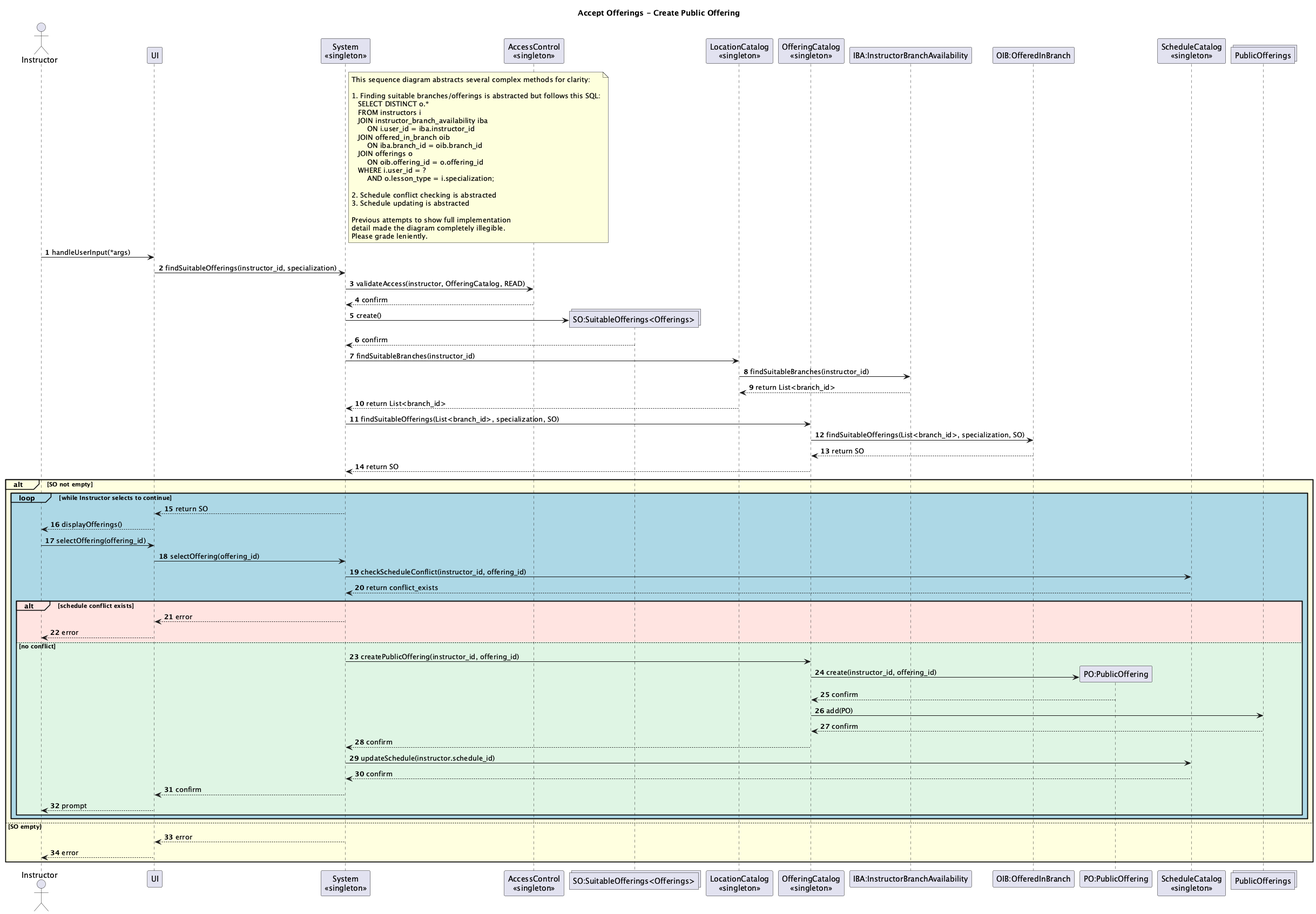
Earlier version of the PlantUML export System-Diagrams/UML Interaction/Instructor/Instructor-Interactions_003.png (vibqetowi/soen-342-project).
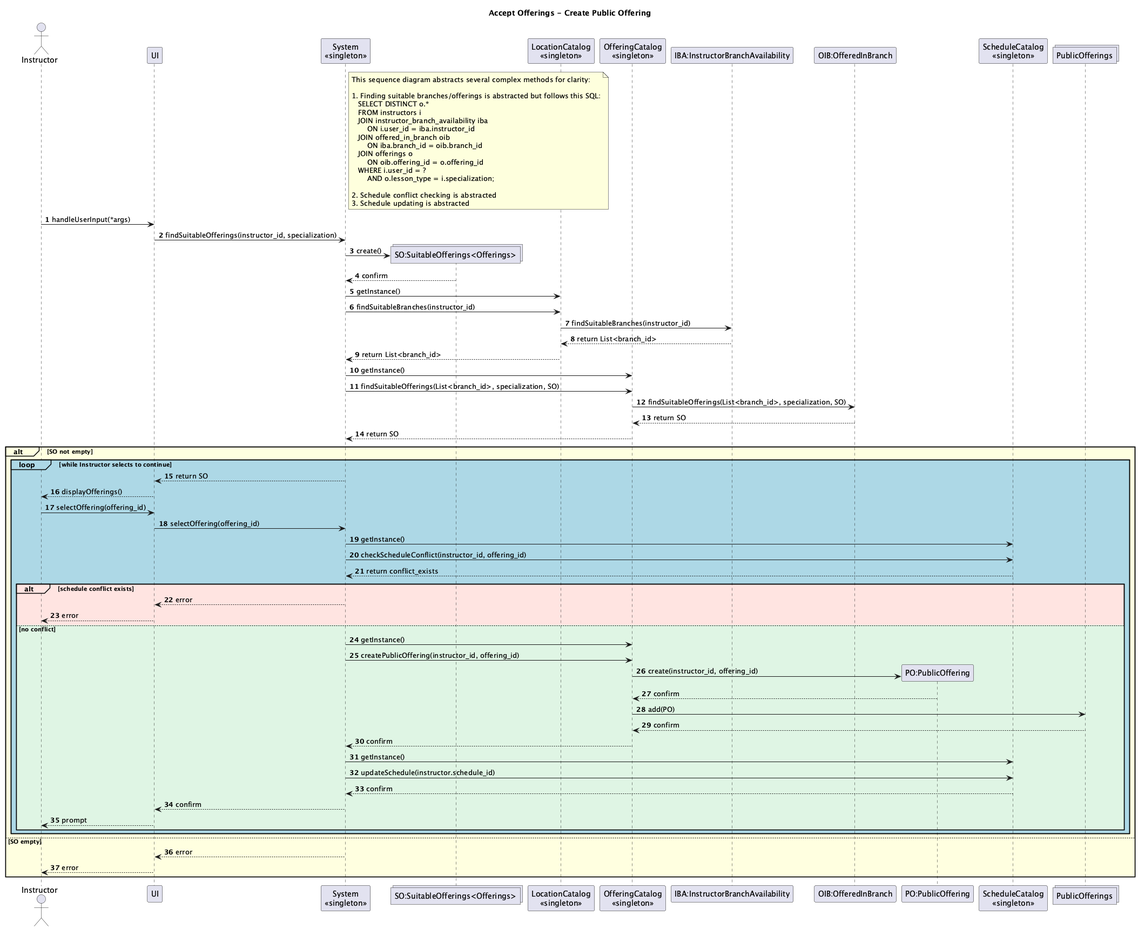
The same diagram one commit later.

Diff of the diagram source:
```diff
@@ -4,7 +4,6 @@
 actor Instructor
 participant UI
 participant "System\n<<singleton>>" as System
-participant "AccessControl\n<<singleton>>" as AccessControl
 collections "SO:SuitableOfferings<Offerings>" as SO
 participant "LocationCatalog\n<<singleton>>" as LocationCatalog
 participant "OfferingCatalog\n<<singleton>>" as OfferingCatalog
@@ -31,27 +30,22 @@
 
 2. Schedule conflict checking is abstracted
 3. Schedule updating is abstracted
-
-Previous attempts to show full implementation
-detail made the diagram completely illegible.
-Please grade leniently.
 end note
 
 autonumber
 Instructor -> UI: handleUserInput(*args)
 UI -> System: findSuitableOfferings(instructor_id, specialization)
 
-System -> AccessControl: validateAccess(instructor, OfferingCatalog, READ)
-AccessControl --> System: confirm
-
 System -> SO **: create()
 SO --> System: confirm
 
+System -> LocationCatalog: getInstance()
 System -> LocationCatalog: findSuitableBranches(instructor_id)
 LocationCatalog -> IBA: findSuitableBranches(instructor_id)
 IBA --> LocationCatalog: return List<branch_id>
 LocationCatalog --> System: return List<branch_id>
 
+System -> OfferingCatalog: getInstance()
 System -> OfferingCatalog: findSuitableOfferings(List<branch_id>, specialization, SO)
 OfferingCatalog -> OIB: findSuitableOfferings(List<branch_id>, specialization, SO)
 OIB --> OfferingCatalog: return SO
@@ -64,6 +58,7 @@
         Instructor -> UI: selectOffering(offering_id)
         UI -> System: selectOffering(offering_id)
 
+        System -> ScheduleCatalog: getInstance()
         System -> ScheduleCatalog: checkScheduleConflict(instructor_id, offering_id)
         ScheduleCatalog --> System: return conflict_exists
 
@@ -71,6 +66,7 @@
             System --> UI: error
             UI --> Instructor: error
         else #DFF5E4 no conflict
+            System -> OfferingCatalog: getInstance()
             System -> OfferingCatalog: createPublicOffering(instructor_id, offering_id)
             OfferingCatalog -> PublicOffering **: create(instructor_id, offering_id)
             PublicOffering --> OfferingCatalog: confirm
@@ -78,6 +74,7 @@
             PublicOfferings --> OfferingCatalog: confirm
             OfferingCatalog --> System: confirm
 
+            System -> ScheduleCatalog: getInstance()
             System -> ScheduleCatalog: updateSchedule(instructor.schedule_id)
             ScheduleCatalog --> System: confirm
 
```
